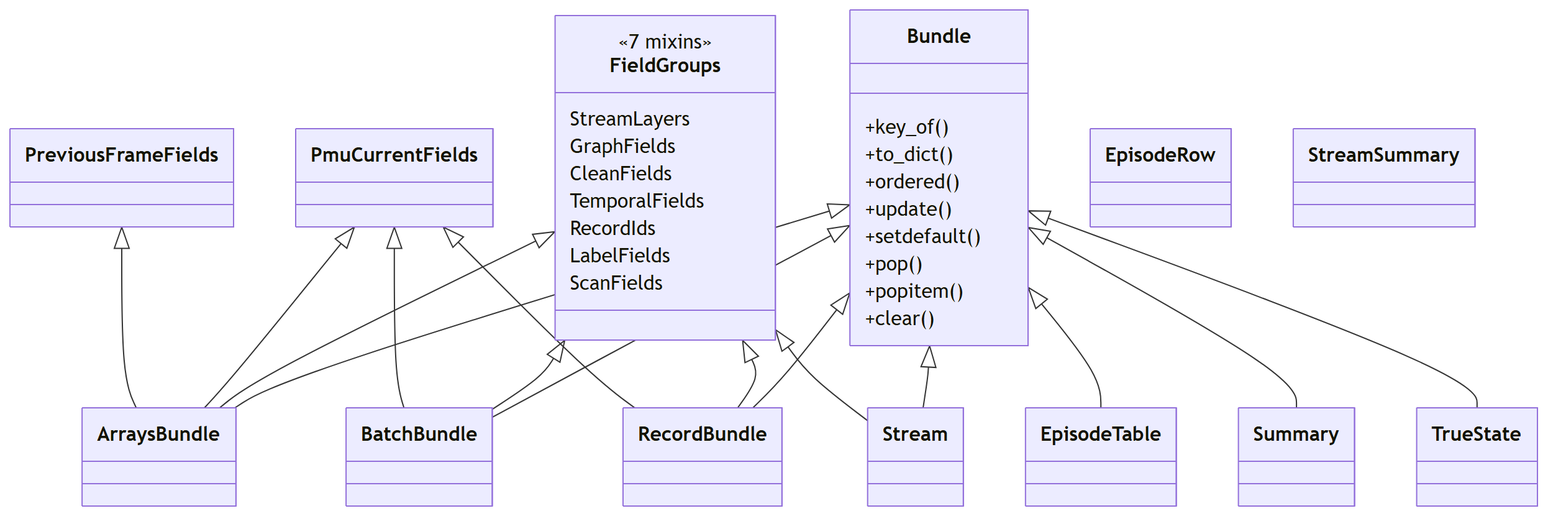
This is docs/figures/diagrams/classes_models.png from myersben9/fdia-graph, a Mermaid export, as it was before one commit. Its source is kept beside it as docs/figures/diagrams/classes_models.mmd.
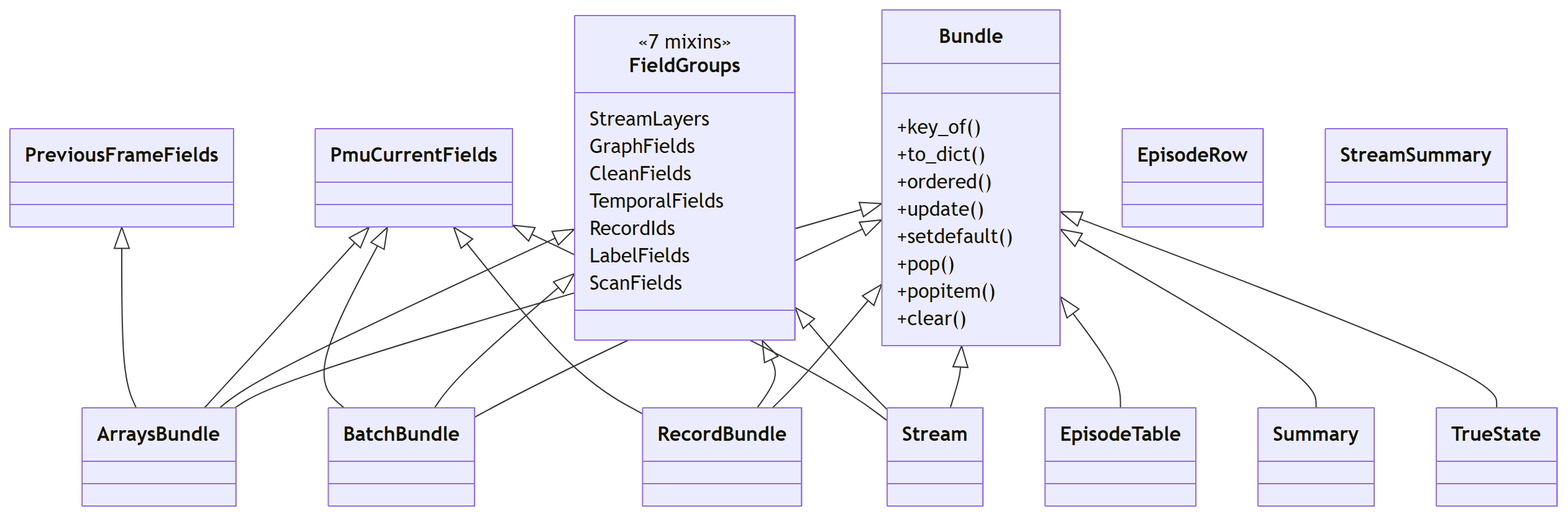
After the commit.

Change to the diagram source:
```diff
@@ -55,4 +55,5 @@
     PmuCurrentFields <|-- ArraysBundle
     PmuCurrentFields <|-- BatchBundle
     PmuCurrentFields <|-- RecordBundle
+    PmuCurrentFields <|-- Stream
     PreviousFrameFields <|-- ArraysBundle
```
